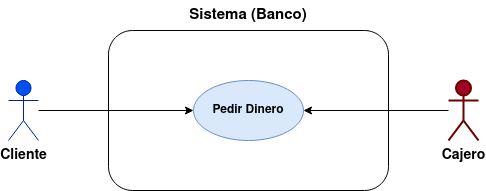
Earlier version of the draw.io export img/Prueba.png (rabgonzalez/ETS-1DAM). Source tidied: cells renumbered, new cells last; positions are measured from the earlier drawing's top-left corner, leaving out a move shared by most shapes.
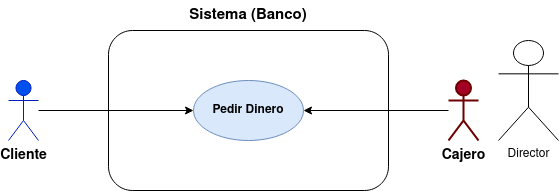
The same diagram one commit later.

Commit message:
Añadimos al director

Diff of the diagram source:
```diff
@@ -23,5 +23,8 @@
     <mxCell id="8" value="Sistema (Banco)" style="text;html=1;strokeColor=none;fillColor=none;align=center;verticalAlign=middle;whiteSpace=wrap;rounded=0;fontStyle=1;fontSize=15;" parent="1" vertex="1">
       <mxGeometry x="175" width="130" height="30" as="geometry" />
     </mxCell>
+    <mxCell id="9" value="Director" style="shape=umlActor;html=1;verticalLabelPosition=bottom;verticalAlign=top;align=center;" parent="1" vertex="1">
+      <mxGeometry x="490" y="40" width="60" height="100" as="geometry" />
+    </mxCell>
   </root>
 </mxGraphModel>
```
